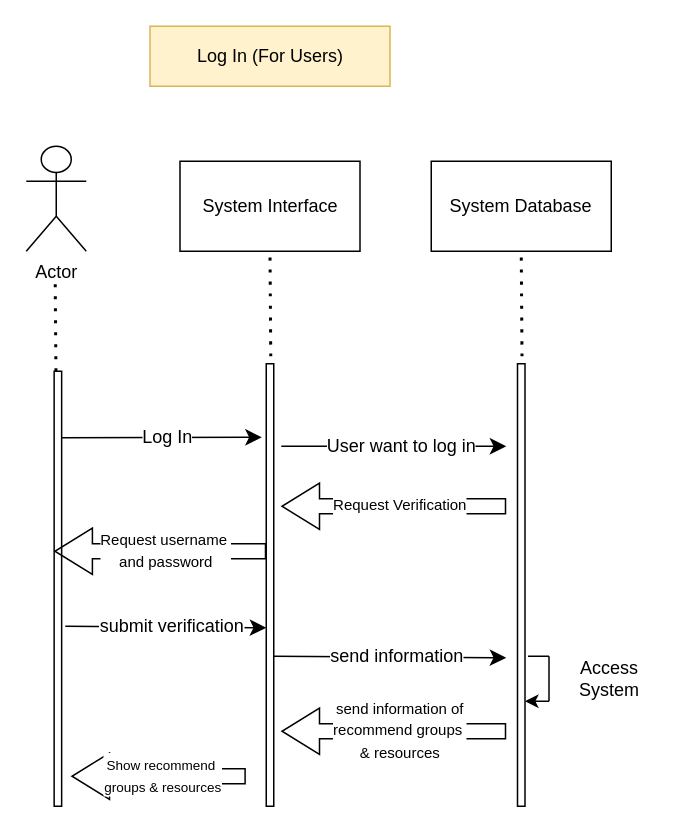
The draw.io diagram page "Log In (For Users)" (1 of 22) of Models/Sequence Diagram.drawio in ParkinnAuto/StudyMate, before the edit. Source tidied: cells renumbered, new cells numbered last; positions are measured from the earlier drawing's top-left corner, leaving out a move shared by most shapes. Both pictures are drawn from the tidied source at 150%, with x=0, y=0 at pixel (26, 26).
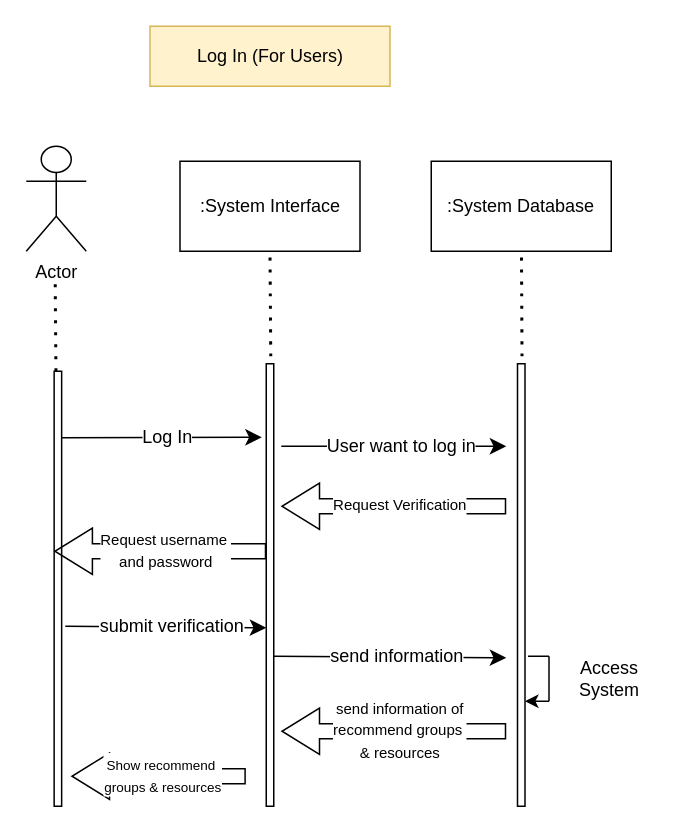
The same page after the edit.

What changed in the source:
```diff
@@
-    <mxCell id="7" value="System Interface" style="rounded=0;whiteSpace=wrap;html=1;" parent="1" vertex="1">
+    <mxCell id="7" value=":System Interface" style="rounded=0;whiteSpace=wrap;html=1;" parent="1" vertex="1">
       <mxGeometry x="102.5" y="90" width="120" height="60" as="geometry" />
     </mxCell>
@@
-    <mxCell id="10" value="System Database" style="rounded=0;whiteSpace=wrap;html=1;" parent="1" vertex="1">
+    <mxCell id="10" value=":System Database" style="rounded=0;whiteSpace=wrap;html=1;" parent="1" vertex="1">
       <mxGeometry x="270" y="90" width="120" height="60" as="geometry" />
     </mxCell>
-    <mxCell id="11" style="endArrow=none;dashed=1;html=1;dashPattern=1 3;strokeWidth=2;rounded=0;fontSize=12;startSize=8;endSize=8;curved=1;entryX=0.5;entryY=1;entryDx=0;entryDy=0;" parent="1" edge="1" target="10">
+    <mxCell id="11" style="endArrow=none;dashed=1;html=1;dashPattern=1 3;strokeWidth=2;rounded=0;fontSize=12;startSize=8;endSize=8;curved=1;" parent="1" edge="1" target="10">
       <mxGeometry relative="1" as="geometry">
         <mxPoint x="330.5" y="220" as="sourcePoint" />
       </mxGeometry>
     </mxCell>
```
